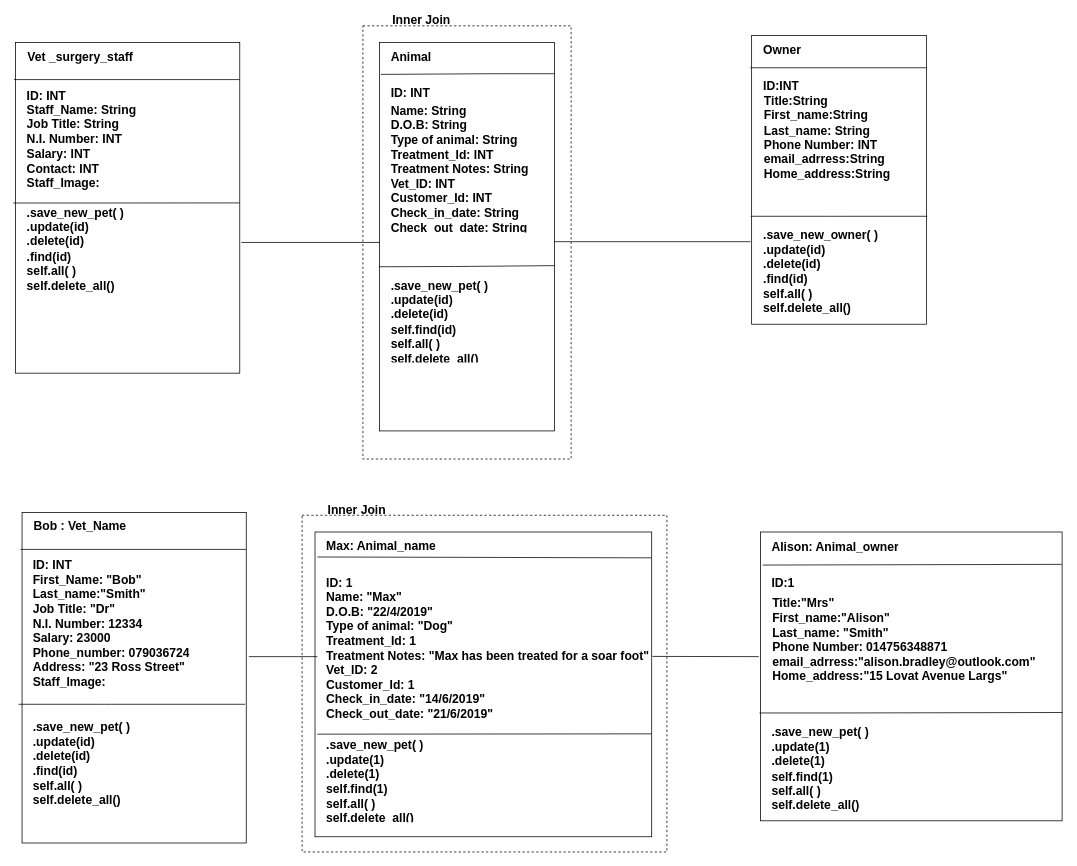
Before: Object_Diagram.drawio in brad90/Week4_Project_Vet_Surgery, a draw.io diagram. Source tidied: cells renumbered, new cells numbered last; positions are measured from the earlier drawing's top-left corner, leaving out a move shared by most shapes. Both pictures are drawn from the tidied source at 76%, with x=0, y=0 at pixel (13, 21).
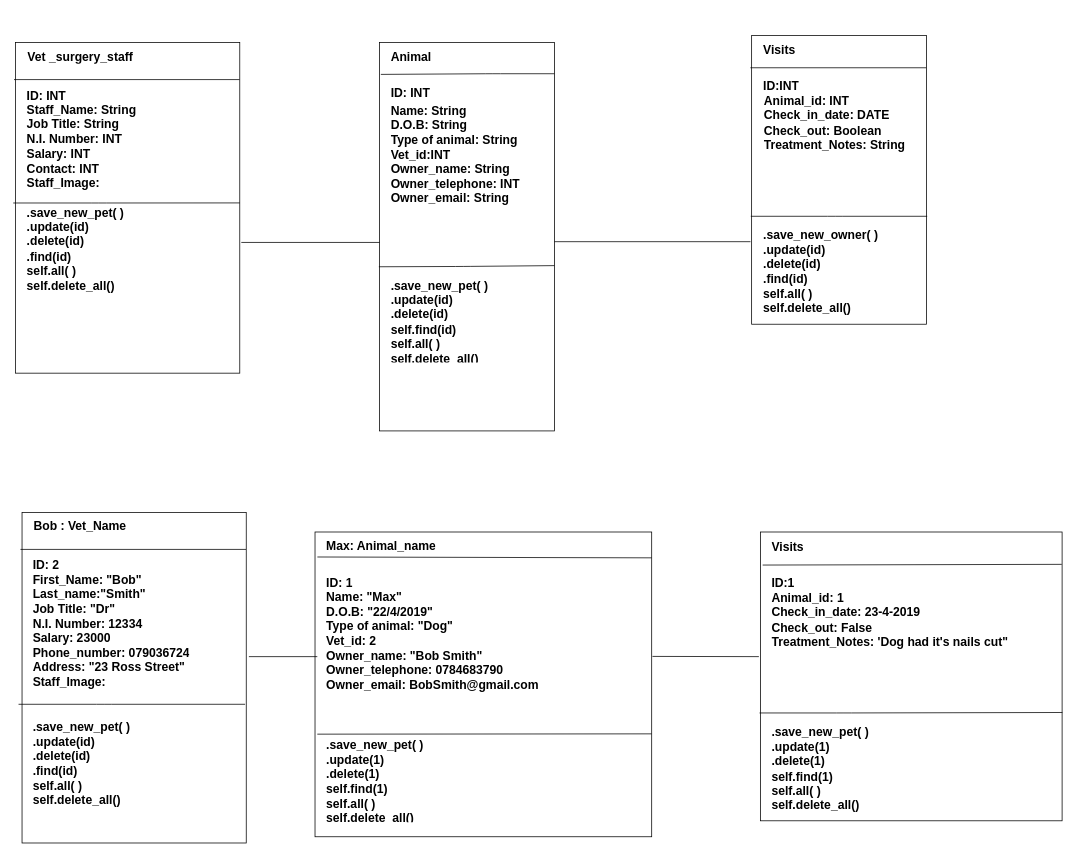
Above is the later version.

Change to the diagram source:
```diff
@@
-    <mxCell id="2" style="rounded=0;whiteSpace=wrap;html=1;fillColor=none;dashed=1;" parent="1" vertex="1">
-      <mxGeometry x="460" y="6.5" width="274" height="570" as="geometry" />
-    </mxCell>
@@
-    <mxCell id="6" value="&lt;font size=&quot;3&quot;&gt;&lt;b&gt;Name: String&lt;br&gt;D.O.B: String&amp;nbsp;&lt;br&gt;Type of animal: String&lt;br&gt;Treatment_Id: INT&amp;nbsp;&lt;br&gt;Treatment Notes: String&lt;br&gt;Vet_ID: INT&lt;br&gt;Customer_Id: INT&lt;br&gt;Check_in_date: String&lt;br&gt;Check_out_date: String&lt;br&gt;&lt;br&gt;&lt;/b&gt;&lt;/font&gt;" style="text;html=1;strokeColor=none;fillColor=none;spacing=5;spacingTop=-20;whiteSpace=wrap;overflow=hidden;rounded=0;fontSize=12;" parent="1" vertex="1">
+    <mxCell id="6" value="&lt;font size=&quot;3&quot;&gt;&lt;b&gt;Name: String&lt;br&gt;D.O.B: String&amp;nbsp;&lt;br&gt;Type of animal: String&lt;br&gt;Vet_id:INT&lt;br&gt;Owner_name: String&lt;br&gt;Owner_telephone: INT&lt;br&gt;Owner_email: String&lt;br&gt;&lt;/b&gt;&lt;/font&gt;" style="text;html=1;strokeColor=none;fillColor=none;spacing=5;spacingTop=-20;whiteSpace=wrap;overflow=hidden;rounded=0;fontSize=12;" parent="1" vertex="1">
       <mxGeometry x="492" y="118.5" width="200" height="160" as="geometry" />
     </mxCell>
@@
-    <mxCell id="9" value="&lt;b&gt;&lt;font style=&quot;font-size: 16px&quot;&gt;Inner Join&lt;/font&gt;&lt;/b&gt;" style="text;html=1;strokeColor=none;fillColor=none;spacing=5;spacingTop=-20;whiteSpace=wrap;overflow=hidden;rounded=0;fontSize=12;" parent="1" vertex="1">
-      <mxGeometry x="493.5" y="-0.4" width="190" height="10" as="geometry" />
-    </mxCell>
@@
-    <mxCell id="11" style="rounded=0;whiteSpace=wrap;html=1;fillColor=none;dashed=1;" parent="1" vertex="1">
-      <mxGeometry x="380" y="650.5" width="480" height="443" as="geometry" />
-    </mxCell>
@@
-    <mxCell id="15" value="&lt;font size=&quot;3&quot;&gt;&lt;b&gt;Name: &quot;Max&quot;&lt;br&gt;D.O.B: &quot;22/4/2019&quot;&amp;nbsp;&lt;br&gt;Type of animal: &quot;Dog&quot;&lt;br&gt;Treatment_Id: 1&lt;br&gt;Treatment Notes: &quot;Max has been treated for a soar foot&quot;&lt;br&gt;Vet_ID: 2&lt;br&gt;Customer_Id: 1&lt;br&gt;Check_in_date: &quot;14/6/2019&quot;&lt;br&gt;Check_out_date: &quot;21/6/2019&quot;&lt;br&gt;&lt;br&gt;&lt;/b&gt;&lt;/font&gt;" style="text;html=1;strokeColor=none;fillColor=none;spacing=5;spacingTop=-20;whiteSpace=wrap;overflow=hidden;rounded=0;fontSize=12;" parent="1" vertex="1">
+    <mxCell id="15" value="&lt;font size=&quot;3&quot;&gt;&lt;b&gt;Name: &quot;Max&quot;&lt;br&gt;D.O.B: &quot;22/4/2019&quot;&amp;nbsp;&lt;br&gt;Type of animal: &quot;Dog&quot;&lt;br&gt;&lt;/b&gt;&lt;/font&gt;&lt;font size=&quot;3&quot;&gt;&lt;b&gt;Vet_id: 2&lt;br&gt;Owner_name: &quot;Bob Smith&quot;&lt;br&gt;Owner_telephone: 0784683790&lt;br&gt;Owner_email: BobSmith@gmail.com&lt;br&gt;&lt;br&gt;&lt;/b&gt;&lt;/font&gt;" style="text;html=1;strokeColor=none;fillColor=none;spacing=5;spacingTop=-20;whiteSpace=wrap;overflow=hidden;rounded=0;fontSize=12;" parent="1" vertex="1">
       <mxGeometry x="407" y="758.5" width="443" height="261" as="geometry" />
     </mxCell>
@@
-    <mxCell id="18" value="&lt;b&gt;&lt;font style=&quot;font-size: 16px&quot;&gt;Inner Join&lt;/font&gt;&lt;/b&gt;" style="text;html=1;strokeColor=none;fillColor=none;spacing=5;spacingTop=-20;whiteSpace=wrap;overflow=hidden;rounded=0;fontSize=12;" parent="1" vertex="1">
-      <mxGeometry x="408.5" y="643.6" width="190" height="10" as="geometry" />
-    </mxCell>
@@
-    <mxCell id="29" value="&lt;font size=&quot;3&quot;&gt;&lt;b&gt;ID: INT&amp;nbsp;&lt;br&gt;&lt;/b&gt;&lt;/font&gt;" style="text;html=1;strokeColor=none;fillColor=none;spacing=5;spacingTop=-20;whiteSpace=wrap;overflow=hidden;rounded=0;fontSize=12;" parent="1" vertex="1">
+    <mxCell id="29" value="&lt;font size=&quot;3&quot;&gt;&lt;b&gt;ID: 2&lt;br&gt;&lt;/b&gt;&lt;/font&gt;" style="text;html=1;strokeColor=none;fillColor=none;spacing=5;spacingTop=-20;whiteSpace=wrap;overflow=hidden;rounded=0;fontSize=12;" parent="1" vertex="1">
       <mxGeometry x="21" y="716.7" width="190" height="10" as="geometry" />
     </mxCell>
@@
-    <mxCell id="35" value="&lt;b&gt;&lt;font style=&quot;font-size: 16px&quot;&gt;Owner&amp;nbsp;&lt;/font&gt;&lt;/b&gt;" style="text;html=1;strokeColor=none;fillColor=none;spacing=5;spacingTop=-20;whiteSpace=wrap;overflow=hidden;rounded=0;fontSize=12;" parent="1" vertex="1">
+    <mxCell id="35" value="&lt;b&gt;&lt;font style=&quot;font-size: 16px&quot;&gt;Visits&lt;/font&gt;&lt;/b&gt;" style="text;html=1;strokeColor=none;fillColor=none;spacing=5;spacingTop=-20;whiteSpace=wrap;overflow=hidden;rounded=0;fontSize=12;" parent="1" vertex="1">
       <mxGeometry x="981.5" y="39.1" width="190" height="10" as="geometry" />
     </mxCell>
@@
-    <mxCell id="37" value="&lt;font size=&quot;3&quot;&gt;&lt;b&gt;&lt;br&gt;Title:String&lt;br&gt;First_name:String&lt;br&gt;Last_name: String&lt;br&gt;Phone Number: INT&lt;br&gt;email_adrress:String&lt;br&gt;Home_address:String&lt;br&gt;&lt;/b&gt;&lt;/font&gt;" style="text;html=1;strokeColor=none;fillColor=none;spacing=5;spacingTop=-20;whiteSpace=wrap;overflow=hidden;rounded=0;fontSize=12;" parent="1" vertex="1">
+    <mxCell id="37" value="&lt;font size=&quot;3&quot;&gt;&lt;b&gt;&lt;br&gt;Animal_id: INT&lt;br&gt;Check_in_date: DATE&lt;br&gt;Check_out: Boolean&lt;br&gt;Treatment_Notes: String&lt;br&gt;&lt;/b&gt;&lt;/font&gt;" style="text;html=1;strokeColor=none;fillColor=none;spacing=5;spacingTop=-20;whiteSpace=wrap;overflow=hidden;rounded=0;fontSize=12;" parent="1" vertex="1">
       <mxGeometry x="982.5" y="87" width="200" height="156" as="geometry" />
     </mxCell>
@@
-    <mxCell id="42" value="&lt;b&gt;&lt;font style=&quot;font-size: 16px&quot;&gt;Alison: Animal_owner&lt;/font&gt;&lt;/b&gt;" style="text;html=1;strokeColor=none;fillColor=none;spacing=5;spacingTop=-20;whiteSpace=wrap;overflow=hidden;rounded=0;fontSize=12;" parent="1" vertex="1">
+    <mxCell id="42" value="&lt;font size=&quot;3&quot;&gt;&lt;b&gt;Visits&lt;/b&gt;&lt;/font&gt;" style="text;html=1;strokeColor=none;fillColor=none;spacing=5;spacingTop=-20;whiteSpace=wrap;overflow=hidden;rounded=0;fontSize=12;" parent="1" vertex="1">
       <mxGeometry x="993" y="692.6" width="190" height="10" as="geometry" />
     </mxCell>
@@
-    <mxCell id="44" value="&lt;font size=&quot;3&quot;&gt;&lt;b&gt;&lt;br&gt;Title:&quot;Mrs&quot;&lt;br&gt;First_name:&quot;Alison&quot;&lt;br&gt;Last_name: &quot;Smith&quot;&lt;br&gt;Phone Number: 014756348871&lt;br&gt;email_adrress:&quot;alison.bradley@outlook.com&quot;&lt;br&gt;Home_address:&quot;15 Lovat Avenue Largs&quot;&lt;br&gt;&lt;/b&gt;&lt;/font&gt;" style="text;html=1;strokeColor=none;fillColor=none;spacing=5;spacingTop=-20;whiteSpace=wrap;overflow=hidden;rounded=0;fontSize=12;" parent="1" vertex="1">
-      <mxGeometry x="994" y="747.5" width="376" height="156" as="geometry" />
-    </mxCell>
@@
+    <mxCell id="52" value="&lt;font size=&quot;3&quot;&gt;&lt;b&gt;&lt;br&gt;Animal_id: 1&lt;br&gt;Check_in_date: 23-4-2019&lt;br&gt;Check_out: False&lt;br&gt;Treatment_Notes: 'Dog had it's nails cut&quot;&lt;br&gt;&lt;/b&gt;&lt;/font&gt;" style="text;html=1;strokeColor=none;fillColor=none;spacing=5;spacingTop=-20;whiteSpace=wrap;overflow=hidden;rounded=0;fontSize=12;" parent="1" vertex="1">
+      <mxGeometry x="993" y="741" width="343" height="156" as="geometry" />
+    </mxCell>
```
